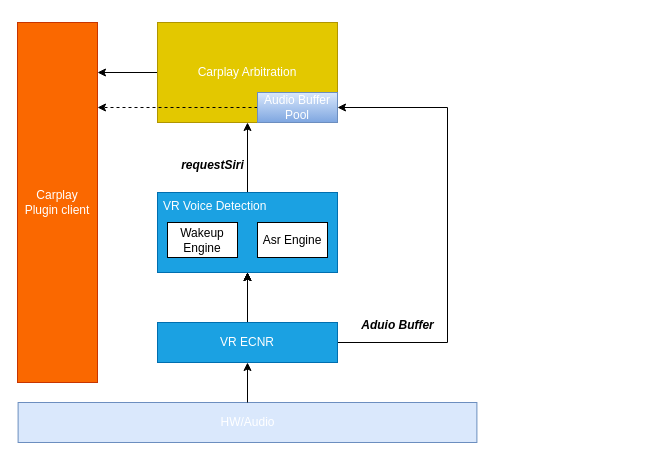
This is page "第 16 页" (16 of 16) of 未命名绘图.drawio from songlongGithub/CustomDemo, a draw.io file, before an edit. Source tidied: cells renumbered, new cells numbered last; positions are measured from the earlier drawing's top-left corner, leaving out a move shared by most shapes. Both pictures are drawn from the tidied source at 100%, with x=0, y=0 at pixel (17, 22).
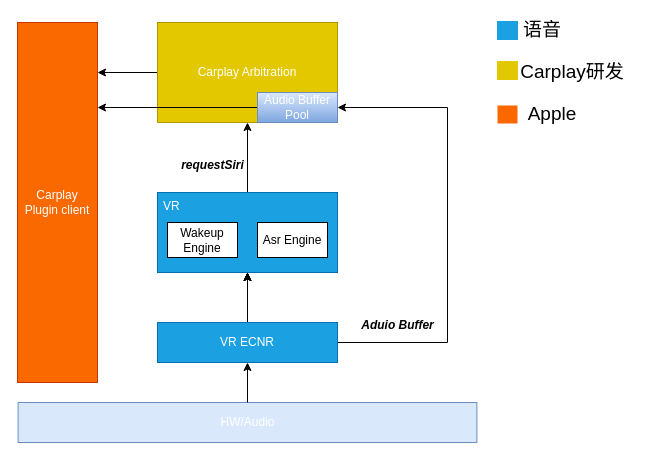
After the change.

Commit message:
更新未命名绘图.drawio

Unchanged cells that the change refers to:
```xml
<mxCell id="18" value="&lt;font color=&quot;#ffffff&quot;&gt;Audio Buffer Pool&lt;/font&gt;" style="rounded=0;whiteSpace=wrap;html=1;fillColor=#dae8fc;strokeColor=#6c8ebf;gradientColor=#7ea6e0;" parent="1" vertex="1">
  <mxGeometry x="240" y="70" width="80" height="30" as="geometry" />
</mxCell>
```

The edit, as a diff of the source:
```diff
@@
-    <mxCell id="17" style="edgeStyle=orthogonalEdgeStyle;rounded=0;jettySize=auto;html=1;exitX=0;exitY=0.5;exitDx=0;exitDy=0;dashed=1;" parent="1" edge="1" source="18">
+    <mxCell id="17" style="edgeStyle=orthogonalEdgeStyle;rounded=0;jettySize=auto;html=1;exitX=0;exitY=0.5;exitDx=0;exitDy=0;" parent="1" edge="1" source="18">
       <mxGeometry relative="1" as="geometry">
         <mxPoint x="80" y="85" as="targetPoint" />
       </mxGeometry>
     </mxCell>
@@
-    <mxCell id="21" value="&lt;font color=&quot;#ffffff&quot;&gt;VR Voice Detection&lt;/font&gt;" style="text;strokeColor=none;fillColor=none;align=left;verticalAlign=top;spacingLeft=4;spacingRight=4;overflow=hidden;whiteSpace=wrap;html=1;" parent="1" vertex="1">
+    <mxCell id="21" value="&lt;font color=&quot;#ffffff&quot;&gt;VR&lt;/font&gt;" style="text;strokeColor=none;fillColor=none;align=left;verticalAlign=top;spacingLeft=4;spacingRight=4;overflow=hidden;whiteSpace=wrap;html=1;" parent="1" vertex="1">
       <mxGeometry x="140" y="170" width="130" height="26" as="geometry" />
     </mxCell>
+    <mxCell id="22" value="&lt;div style=&quot;text-align:left;padding-left:30px&quot; class=&quot;mp-paragraph-wrapper&quot;&gt;&lt;br&gt;&lt;/div&gt;" style="text;align=center;fontStyle=1;verticalAlign=middle;spacingLeft=3;spacingRight=3;strokeColor=none;html=1;" parent="1" vertex="1">
+      <mxGeometry x="120" y="60" width="80" height="26" as="geometry" />
+    </mxCell>
+    <mxCell id="23" style="rounded=0;whiteSpace=wrap;html=1;strokeColor=#1aa1e2;fontSize=19;fontColor=#ffffff;fillColor=#1ba1e2;" parent="1" vertex="1">
+      <mxGeometry x="480" y="-1" width="20" height="18" as="geometry" />
+    </mxCell>
+    <mxCell id="24" value="语音" style="text;html=1;strokeColor=none;fillColor=none;align=center;verticalAlign=middle;whiteSpace=wrap;rounded=0;fontSize=19;fontColor=#000000;" parent="1" vertex="1">
+      <mxGeometry x="480" y="-5" width="90" height="26" as="geometry" />
+    </mxCell>
+    <mxCell id="25" style="rounded=0;whiteSpace=wrap;html=1;strokeColor=#e4c800;fontSize=19;fontColor=#ffffff;fillColor=#e2c800;" parent="1" vertex="1">
+      <mxGeometry x="480" y="39" width="20" height="18" as="geometry" />
+    </mxCell>
+    <mxCell id="26" value="Carplay研发" style="text;html=1;strokeColor=none;fillColor=none;align=center;verticalAlign=middle;whiteSpace=wrap;rounded=0;fontSize=19;fontColor=#000000;" parent="1" vertex="1">
+      <mxGeometry x="490" y="39" width="130" height="22" as="geometry" />
+    </mxCell>
+    <mxCell id="27" style="rounded=0;whiteSpace=wrap;html=1;strokeColor=none;fontSize=19;fontColor=#ffffff;fillColor=#fb6800;" parent="1" vertex="1">
+      <mxGeometry x="480" y="83" width="20" height="18" as="geometry" />
+    </mxCell>
+    <mxCell id="28" value="Apple" style="text;html=1;strokeColor=none;fillColor=none;align=center;verticalAlign=middle;whiteSpace=wrap;rounded=0;fontSize=19;fontColor=#000000;" parent="1" vertex="1">
+      <mxGeometry x="490" y="79" width="90" height="26" as="geometry" />
+    </mxCell>
```
